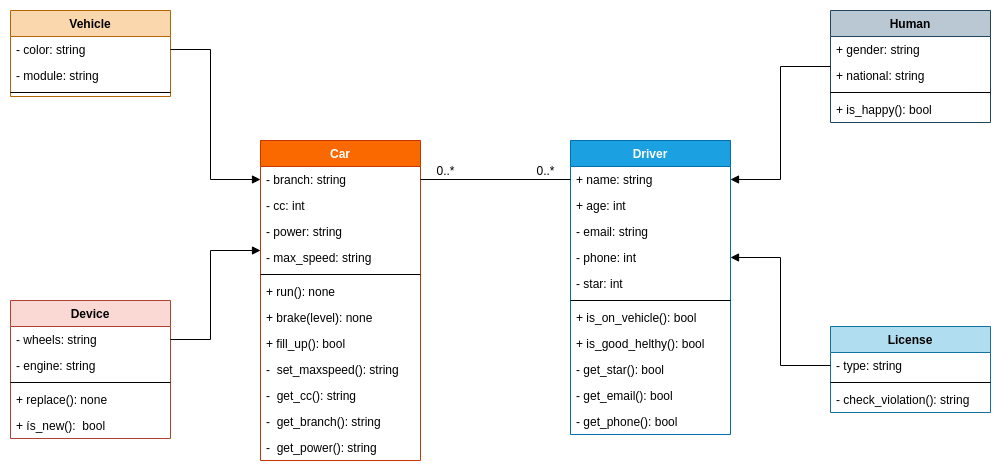
This is oop/design/solutions/car_driver_uml.png from voqtuyen/csissimple, a draw.io export, as it was before one commit. Source tidied: cells renumbered, new cells last; positions are measured from the earlier drawing's top-left corner, leaving out a move shared by most shapes.
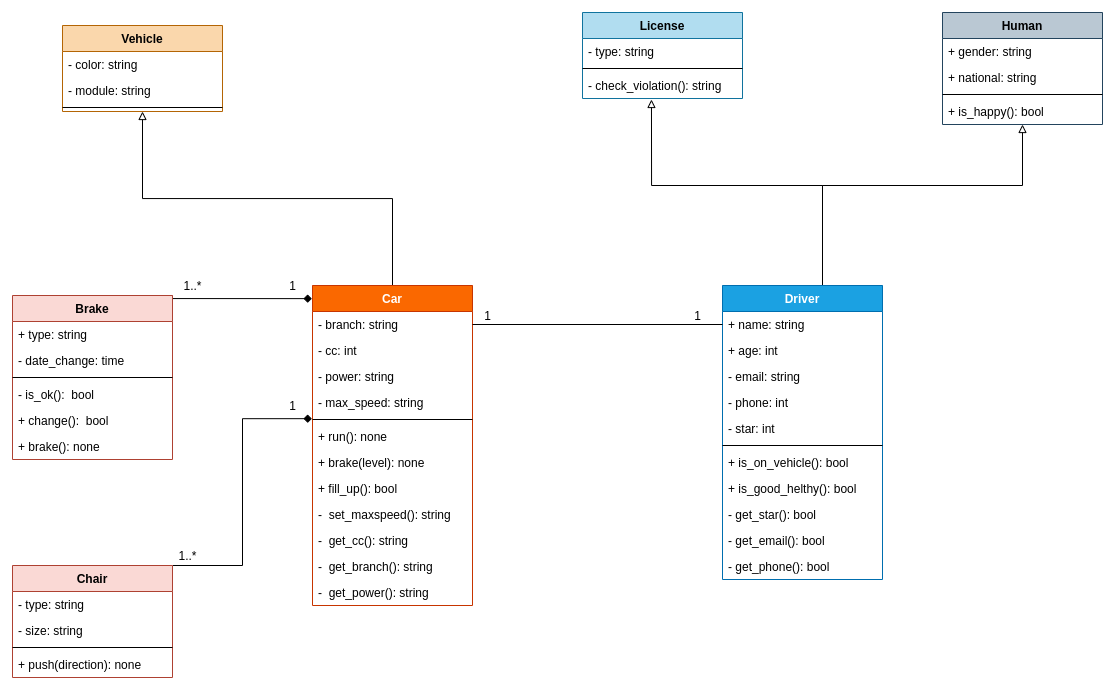
The same diagram one commit later.

Change to the diagram source:
```diff
@@ -2,8 +2,11 @@
   <root>
     <mxCell id="0" />
     <mxCell id="1" parent="0" />
+    <mxCell id="53" style="edgeStyle=orthogonalEdgeStyle;rounded=0;jettySize=auto;html=1;exitX=0.5;exitY=0;exitDx=0;exitDy=0;entryX=0.5;entryY=1;entryDx=0;entryDy=0;startArrow=none;startFill=0;endArrow=block;endFill=0;" parent="1" edge="1" source="2" target="15">
+      <mxGeometry relative="1" as="geometry" />
+    </mxCell>
     <mxCell id="2" value="Car" style="swimlane;fontStyle=1;align=center;verticalAlign=top;horizontal=1;startSize=26;fillColor=#fa6800;strokeColor=#C73500;fontColor=#ffffff;" parent="1" vertex="1">
-      <mxGeometry x="250" y="130" width="160" height="320" as="geometry" />
+      <mxGeometry x="330" y="260" width="160" height="320" as="geometry" />
     </mxCell>
     <mxCell id="3" value="- branch: string" style="text;strokeColor=none;fillColor=none;align=left;verticalAlign=top;spacingLeft=4;spacingRight=4;overflow=hidden;points=[[0,0.5],[1,0.5]];portConstraint=eastwest;" parent="2" vertex="1">
       <mxGeometry y="26" width="160" height="26" as="geometry" />
@@ -42,7 +45,7 @@
       <mxGeometry y="294" width="160" height="26" as="geometry" />
     </mxCell>
     <mxCell id="15" value="Vehicle" style="swimlane;fontStyle=1;align=center;verticalAlign=top;horizontal=1;startSize=26;fillColor=#fad7ac;strokeColor=#b46504;" parent="1" vertex="1">
-      <mxGeometry width="160" height="86" as="geometry" />
+      <mxGeometry x="80" width="160" height="86" as="geometry" />
     </mxCell>
     <mxCell id="16" value="- color: string " style="text;strokeColor=none;fillColor=none;align=left;verticalAlign=top;spacingLeft=4;spacingRight=4;overflow=hidden;points=[[0,0.5],[1,0.5]];portConstraint=eastwest;" parent="15" vertex="1">
       <mxGeometry y="26" width="160" height="26" as="geometry" />
@@ -53,26 +56,36 @@
     <mxCell id="18" style="line;strokeWidth=1;fillColor=none;align=left;verticalAlign=middle;spacingTop=-1;spacingLeft=3;spacingRight=3;labelPosition=right;" parent="15" vertex="1">
       <mxGeometry y="78" width="160" height="8" as="geometry" />
     </mxCell>
+    <mxCell id="54" style="edgeStyle=orthogonalEdgeStyle;rounded=0;jettySize=auto;html=1;exitX=1;exitY=0;exitDx=0;exitDy=0;entryX=-0.004;entryY=0.041;entryDx=0;entryDy=0;entryPerimeter=0;startArrow=none;startFill=0;endArrow=diamond;endFill=1;" parent="1" edge="1" source="19" target="2">
+      <mxGeometry relative="1" as="geometry">
+        <Array as="points">
+          <mxPoint x="190" y="273" />
+        </Array>
+      </mxGeometry>
+    </mxCell>
-    <mxCell id="19" value="Device" style="swimlane;fontStyle=1;align=center;verticalAlign=top;horizontal=1;startSize=26;fillColor=#fad9d5;strokeColor=#ae4132;" parent="1" vertex="1">
-      <mxGeometry y="290" width="160" height="138" as="geometry" />
+    <mxCell id="19" value="Brake" style="swimlane;fontStyle=1;align=center;verticalAlign=top;horizontal=1;startSize=26;fillColor=#fad9d5;strokeColor=#ae4132;" parent="1" vertex="1">
+      <mxGeometry x="30" y="270" width="160" height="164" as="geometry" />
     </mxCell>
-    <mxCell id="20" value="- wheels: string" style="text;strokeColor=none;fillColor=none;align=left;verticalAlign=top;spacingLeft=4;spacingRight=4;overflow=hidden;points=[[0,0.5],[1,0.5]];portConstraint=eastwest;" parent="19" vertex="1">
-      <mxGeometry y="26" width="160" height="26" as="geometry" />
-    </mxCell>
-    <mxCell id="21" value="- engine: string" style="text;strokeColor=none;fillColor=none;align=left;verticalAlign=top;spacingLeft=4;spacingRight=4;overflow=hidden;" parent="19" vertex="1">
-      <mxGeometry y="52" width="160" height="26" as="geometry" />
-    </mxCell>
+    <mxCell id="23" value="+ type: string&#10;" style="text;strokeColor=none;fillColor=none;align=left;verticalAlign=top;spacingLeft=4;spacingRight=4;overflow=hidden;" parent="19" vertex="1">
+      <mxGeometry y="26" width="160" height="26" as="geometry" />
+    </mxCell>
+    <mxCell id="55" value="- date_change: time" style="text;strokeColor=none;fillColor=none;align=left;verticalAlign=top;spacingLeft=4;spacingRight=4;overflow=hidden;" parent="19" vertex="1">
+      <mxGeometry y="52" width="160" height="26" as="geometry" />
+    </mxCell>
     <mxCell id="22" style="line;strokeWidth=1;fillColor=none;align=left;verticalAlign=middle;spacingTop=-1;spacingLeft=3;spacingRight=3;labelPosition=right;" parent="19" vertex="1">
       <mxGeometry y="78" width="160" height="8" as="geometry" />
     </mxCell>
-    <mxCell id="23" value="+ replace(): none&#10;" style="text;strokeColor=none;fillColor=none;align=left;verticalAlign=top;spacingLeft=4;spacingRight=4;overflow=hidden;" parent="19" vertex="1">
-      <mxGeometry y="86" width="160" height="26" as="geometry" />
-    </mxCell>
+    <mxCell id="56" value="- is_ok():  bool &#10;" style="text;strokeColor=none;fillColor=none;align=left;verticalAlign=top;spacingLeft=4;spacingRight=4;overflow=hidden;" parent="19" vertex="1">
+      <mxGeometry y="86" width="160" height="26" as="geometry" />
+    </mxCell>
-    <mxCell id="24" value="+ ís_new():  bool &#10;" style="text;strokeColor=none;fillColor=none;align=left;verticalAlign=top;spacingLeft=4;spacingRight=4;overflow=hidden;" parent="19" vertex="1">
+    <mxCell id="24" value="+ change():  bool &#10;" style="text;strokeColor=none;fillColor=none;align=left;verticalAlign=top;spacingLeft=4;spacingRight=4;overflow=hidden;" parent="19" vertex="1">
       <mxGeometry y="112" width="160" height="26" as="geometry" />
     </mxCell>
+    <mxCell id="57" value="+ brake(): none" style="text;strokeColor=none;fillColor=none;align=left;verticalAlign=top;spacingLeft=4;spacingRight=4;overflow=hidden;" parent="19" vertex="1">
+      <mxGeometry y="138" width="160" height="26" as="geometry" />
+    </mxCell>
     <mxCell id="25" value="Human" style="swimlane;fontStyle=1;align=center;verticalAlign=top;horizontal=1;startSize=26;fillColor=#bac8d3;strokeColor=#23445d;" parent="1" vertex="1">
-      <mxGeometry x="820" width="160" height="112" as="geometry" />
+      <mxGeometry x="960" y="-13" width="160" height="112" as="geometry" />
     </mxCell>
     <mxCell id="26" value="+ gender: string" style="text;strokeColor=none;fillColor=none;align=left;verticalAlign=top;spacingLeft=4;spacingRight=4;overflow=hidden;" parent="25" vertex="1">
       <mxGeometry y="26" width="160" height="26" as="geometry" />
@@ -86,8 +99,24 @@
     <mxCell id="29" value="+ is_happy(): bool" style="text;strokeColor=none;fillColor=none;align=left;verticalAlign=top;spacingLeft=4;spacingRight=4;overflow=hidden;" parent="25" vertex="1">
       <mxGeometry y="86" width="160" height="26" as="geometry" />
     </mxCell>
+    <mxCell id="58" style="edgeStyle=orthogonalEdgeStyle;rounded=0;jettySize=auto;html=1;exitX=0.5;exitY=0;exitDx=0;exitDy=0;entryX=0.5;entryY=1;entryDx=0;entryDy=0;startArrow=none;startFill=0;endArrow=block;endFill=0;" parent="1" edge="1" source="30" target="25">
+      <mxGeometry relative="1" as="geometry">
+        <Array as="points">
+          <mxPoint x="840" y="160" />
+          <mxPoint x="1040" y="160" />
+        </Array>
+      </mxGeometry>
+    </mxCell>
+    <mxCell id="59" style="edgeStyle=orthogonalEdgeStyle;rounded=0;jettySize=auto;html=1;exitX=0.5;exitY=0;exitDx=0;exitDy=0;entryX=0.431;entryY=1.038;entryDx=0;entryDy=0;entryPerimeter=0;startArrow=none;startFill=0;endArrow=block;endFill=0;" parent="1" edge="1" source="30" target="51">
+      <mxGeometry relative="1" as="geometry">
+        <Array as="points">
+          <mxPoint x="840" y="160" />
+          <mxPoint x="669" y="160" />
+        </Array>
+      </mxGeometry>
+    </mxCell>
     <mxCell id="30" value="Driver" style="swimlane;fontStyle=1;align=center;verticalAlign=top;horizontal=1;startSize=26;fillColor=#1ba1e2;strokeColor=#006EAF;fontColor=#ffffff;" parent="1" vertex="1">
-      <mxGeometry x="560" y="130" width="160" height="294" as="geometry" />
+      <mxGeometry x="740" y="260" width="160" height="294" as="geometry" />
     </mxCell>
     <mxCell id="31" value="+ name: string" style="text;strokeColor=none;fillColor=none;align=left;verticalAlign=top;spacingLeft=4;spacingRight=4;overflow=hidden;points=[[0,0.5],[1,0.5]];portConstraint=eastwest;" parent="30" vertex="1">
       <mxGeometry y="26" width="160" height="26" as="geometry" />
@@ -122,40 +151,17 @@
     <mxCell id="41" value="- get_phone(): bool" style="text;strokeColor=none;fillColor=none;align=left;verticalAlign=top;spacingLeft=4;spacingRight=4;overflow=hidden;" parent="30" vertex="1">
       <mxGeometry y="268" width="160" height="26" as="geometry" />
     </mxCell>
-    <mxCell id="42" style="edgeStyle=orthogonalEdgeStyle;rounded=0;jettySize=auto;html=1;exitX=0;exitY=0.5;exitDx=0;exitDy=0;entryX=1;entryY=0.5;entryDx=0;entryDy=0;startArrow=block;startFill=1;endArrow=none;endFill=0;" parent="1" edge="1" source="3" target="16">
-      <mxGeometry relative="1" as="geometry">
-        <Array as="points">
-          <mxPoint x="200" y="169" />
-          <mxPoint x="200" y="39" />
-        </Array>
-      </mxGeometry>
-    </mxCell>
-    <mxCell id="43" style="edgeStyle=orthogonalEdgeStyle;rounded=0;jettySize=auto;html=1;entryX=1;entryY=0.5;entryDx=0;entryDy=0;startArrow=block;startFill=1;endArrow=none;endFill=0;" parent="1" edge="1" target="20">
-      <mxGeometry relative="1" as="geometry">
-        <mxPoint x="250" y="240" as="sourcePoint" />
-        <Array as="points">
-          <mxPoint x="250" y="240" />
-          <mxPoint x="200" y="240" />
-          <mxPoint x="200" y="329" />
-        </Array>
-      </mxGeometry>
-    </mxCell>
     <mxCell id="44" style="edgeStyle=orthogonalEdgeStyle;rounded=0;jettySize=auto;html=1;exitX=1;exitY=0.5;exitDx=0;exitDy=0;entryX=0;entryY=0.5;entryDx=0;entryDy=0;startArrow=none;startFill=0;endArrow=none;endFill=0;" parent="1" edge="1" source="3" target="31">
       <mxGeometry relative="1" as="geometry" />
     </mxCell>
-    <mxCell id="45" value="0..*" style="text;html=1;align=center;verticalAlign=middle;strokeColor=none;" parent="1" vertex="1">
-      <mxGeometry x="420" y="150" width="30" height="20" as="geometry" />
+    <mxCell id="45" value="1" style="text;html=1;align=center;verticalAlign=middle;strokeColor=none;" parent="1" vertex="1">
+      <mxGeometry x="300" y="250" width="20" height="20" as="geometry" />
     </mxCell>
-    <mxCell id="46" value="0..*" style="text;html=1;align=center;verticalAlign=middle;strokeColor=none;" parent="1" vertex="1">
-      <mxGeometry x="520" y="150" width="30" height="20" as="geometry" />
+    <mxCell id="46" value="1" style="text;html=1;align=center;verticalAlign=middle;strokeColor=none;" parent="1" vertex="1">
+      <mxGeometry x="705" y="280" width="20" height="20" as="geometry" />
     </mxCell>
-    <mxCell id="47" style="edgeStyle=orthogonalEdgeStyle;rounded=0;jettySize=auto;html=1;entryX=0;entryY=0.5;entryDx=0;entryDy=0;startArrow=block;startFill=1;endArrow=none;endFill=0;" parent="1" edge="1" target="25">
-      <mxGeometry relative="1" as="geometry">
-        <mxPoint x="720" y="169" as="sourcePoint" />
-      </mxGeometry>
-    </mxCell>
     <mxCell id="48" value="License" style="swimlane;fontStyle=1;align=center;verticalAlign=top;horizontal=1;startSize=26;fillColor=#b1ddf0;strokeColor=#10739e;" parent="1" vertex="1">
-      <mxGeometry x="820" y="316" width="160" height="86" as="geometry" />
+      <mxGeometry x="600" y="-13" width="160" height="86" as="geometry" />
     </mxCell>
     <mxCell id="49" value="- type: string" style="text;strokeColor=none;fillColor=none;align=left;verticalAlign=top;spacingLeft=4;spacingRight=4;overflow=hidden;points=[[0,0.5],[1,0.5]];portConstraint=eastwest;" parent="48" vertex="1">
       <mxGeometry y="26" width="160" height="26" as="geometry" />
@@ -166,8 +172,40 @@
     <mxCell id="51" value="- check_violation(): string" style="text;strokeColor=none;fillColor=none;align=left;verticalAlign=top;spacingLeft=4;spacingRight=4;overflow=hidden;points=[[0,0.5],[1,0.5]];portConstraint=eastwest;" parent="48" vertex="1">
       <mxGeometry y="60" width="160" height="26" as="geometry" />
     </mxCell>
-    <mxCell id="52" style="edgeStyle=orthogonalEdgeStyle;rounded=0;jettySize=auto;html=1;exitX=1;exitY=0.5;exitDx=0;exitDy=0;entryX=0;entryY=0.5;entryDx=0;entryDy=0;startArrow=block;startFill=1;endArrow=none;endFill=0;" parent="1" edge="1" source="34" target="49">
-      <mxGeometry relative="1" as="geometry" />
-    </mxCell>
+    <mxCell id="60" style="edgeStyle=orthogonalEdgeStyle;rounded=0;jettySize=auto;html=1;exitX=1;exitY=0;exitDx=0;exitDy=0;entryX=-0.004;entryY=1.122;entryDx=0;entryDy=0;entryPerimeter=0;startArrow=none;startFill=0;endArrow=diamond;endFill=1;" parent="1" edge="1" source="61" target="6">
+      <mxGeometry relative="1" as="geometry">
+        <Array as="points">
+          <mxPoint x="260" y="540" />
+          <mxPoint x="260" y="393" />
+        </Array>
+      </mxGeometry>
+    </mxCell>
+    <mxCell id="61" value="Chair" style="swimlane;fontStyle=1;align=center;verticalAlign=top;horizontal=1;startSize=26;fillColor=#fad9d5;strokeColor=#ae4132;" parent="1" vertex="1">
+      <mxGeometry x="30" y="540" width="160" height="112" as="geometry" />
+    </mxCell>
+    <mxCell id="62" value="- type: string&#10;" style="text;strokeColor=none;fillColor=none;align=left;verticalAlign=top;spacingLeft=4;spacingRight=4;overflow=hidden;" parent="61" vertex="1">
+      <mxGeometry y="26" width="160" height="26" as="geometry" />
+    </mxCell>
+    <mxCell id="63" value="- size: string" style="text;strokeColor=none;fillColor=none;align=left;verticalAlign=top;spacingLeft=4;spacingRight=4;overflow=hidden;" parent="61" vertex="1">
+      <mxGeometry y="52" width="160" height="26" as="geometry" />
+    </mxCell>
+    <mxCell id="64" style="line;strokeWidth=1;fillColor=none;align=left;verticalAlign=middle;spacingTop=-1;spacingLeft=3;spacingRight=3;labelPosition=right;" parent="61" vertex="1">
+      <mxGeometry y="78" width="160" height="8" as="geometry" />
+    </mxCell>
+    <mxCell id="65" value="+ push(direction): none" style="text;strokeColor=none;fillColor=none;align=left;verticalAlign=top;spacingLeft=4;spacingRight=4;overflow=hidden;" parent="61" vertex="1">
+      <mxGeometry y="86" width="160" height="26" as="geometry" />
+    </mxCell>
+    <mxCell id="66" value="1" style="text;html=1;align=center;verticalAlign=middle;strokeColor=none;" parent="1" vertex="1">
+      <mxGeometry x="495" y="280" width="20" height="20" as="geometry" />
+    </mxCell>
+    <mxCell id="67" value="1..*" style="text;html=1;align=center;verticalAlign=middle;strokeColor=none;" parent="1" vertex="1">
+      <mxGeometry x="195" y="250" width="30" height="20" as="geometry" />
+    </mxCell>
+    <mxCell id="68" value="1" style="text;html=1;align=center;verticalAlign=middle;strokeColor=none;" parent="1" vertex="1">
+      <mxGeometry x="300" y="370" width="20" height="20" as="geometry" />
+    </mxCell>
+    <mxCell id="69" value="1..*" style="text;html=1;align=center;verticalAlign=middle;strokeColor=none;" parent="1" vertex="1">
+      <mxGeometry x="190" y="520" width="30" height="20" as="geometry" />
+    </mxCell>
   </root>
 </mxGraphModel>
```
